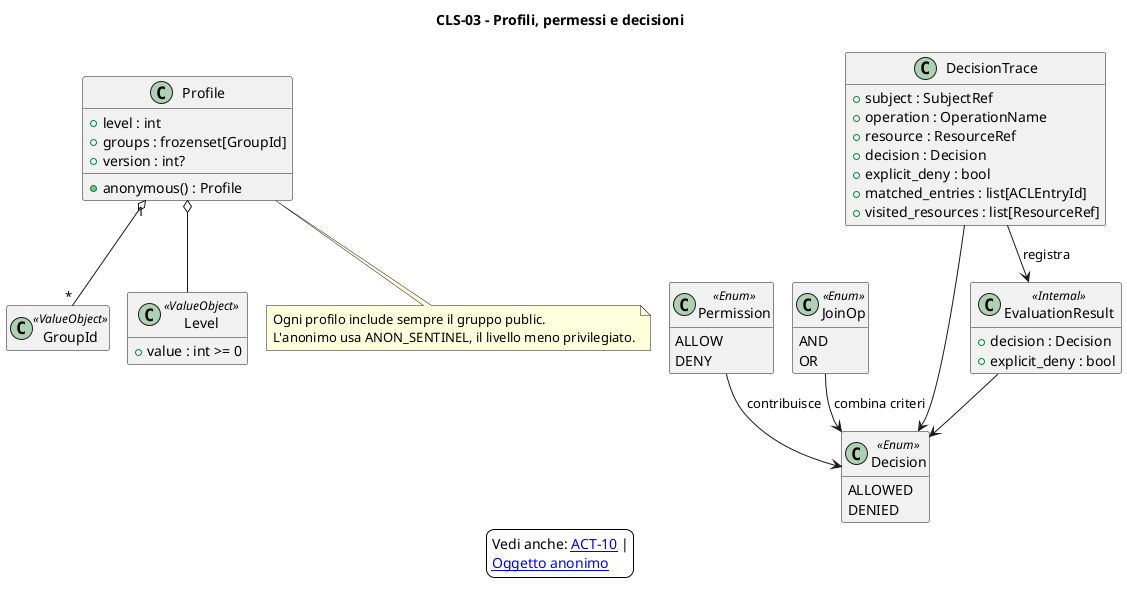
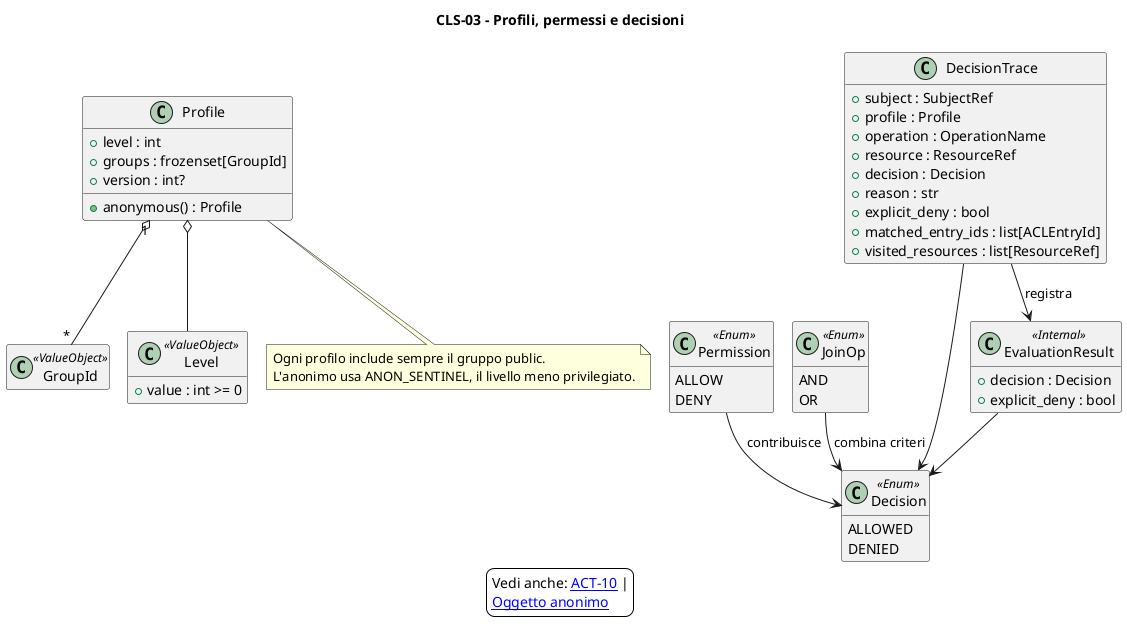
@startuml 03_profili_permessi_decisioni
' Title: Sistema ACL - 03_profili_permessi_decisioni
' Author/Licensor: Francesco
' Source: this repository
' License: Creative Commons Attribution-ShareAlike 4.0 International
' License URL: https://creativecommons.org/licenses/by-sa/4.0/
' SPDX-License-Identifier: CC-BY-SA-4.0
!pragma layout smetana
skinparam backgroundColor white
skinparam nodesep 80
skinparam ranksep 80
title CLS-03 - Profili, permessi e decisioni
skinparam shadowing false
hide empty members

class Profile {
  +level : int
  +groups : frozenset[GroupId]
  +version : int?
  +anonymous() : Profile
}

class GroupId <<ValueObject>>
class Level <<ValueObject>> {
  +value : int >= 0
}

class Permission <<Enum>> {
  ALLOW
  DENY
}

class Decision <<Enum>> {
  ALLOWED
  DENIED
}

class JoinOp <<Enum>> {
  AND
  OR
}

class DecisionTrace {
  +subject : SubjectRef
+   +profile : Profile
  +operation : OperationName
  +resource : ResourceRef
  +decision : Decision
+   +reason : str
  +explicit_deny : bool
-   +matched_entries : list[ACLEntryId]
+   +matched_entry_ids : list[ACLEntryId]
  +visited_resources : list[ResourceRef]
}

class EvaluationResult <<Internal>> {
  +decision : Decision
  +explicit_deny : bool
}

Profile o-- Level
Profile "1" o-- "*" GroupId
Permission --> Decision : contribuisce
JoinOp --> Decision : combina criteri
DecisionTrace --> Decision
DecisionTrace --> EvaluationResult : registra
EvaluationResult --> Decision

note bottom of Profile
  Ogni profilo include sempre il gruppo public.
  L'anonimo usa ANON_SENTINEL, il livello meno privilegiato.
end note

legend
  Vedi anche: [[../attivit%C3%A0/10_risoluzione_profilo.puml ACT-10]] |
  [[../oggetti/08_profilo_anonimo.puml Oggetto anonimo]]
endlegend
@enduml
